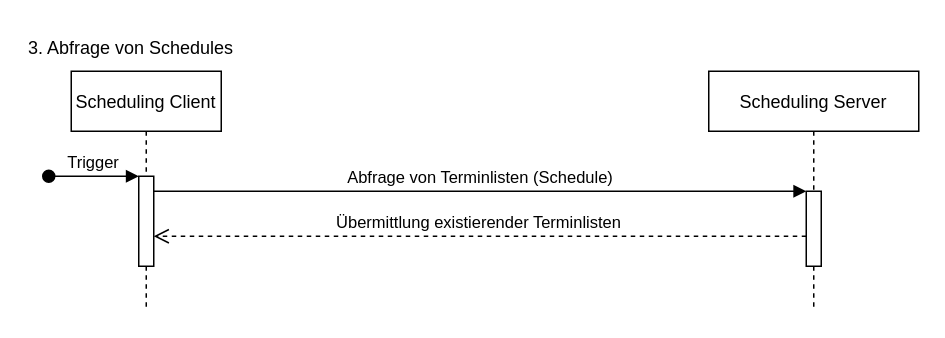
The draw.io diagram r5-TC-FHIR-AG-Scheduling-R5-main/interactions/find-schedules.drawio in HL7Austria/hl7austria.github.io, before the edit. Source tidied: cells renumbered, new cells numbered last; positions are measured from the earlier drawing's top-left corner, leaving out a move shared by most shapes. Both pictures are drawn from the tidied source at 150%, with x=0, y=0 at pixel (26, 26).
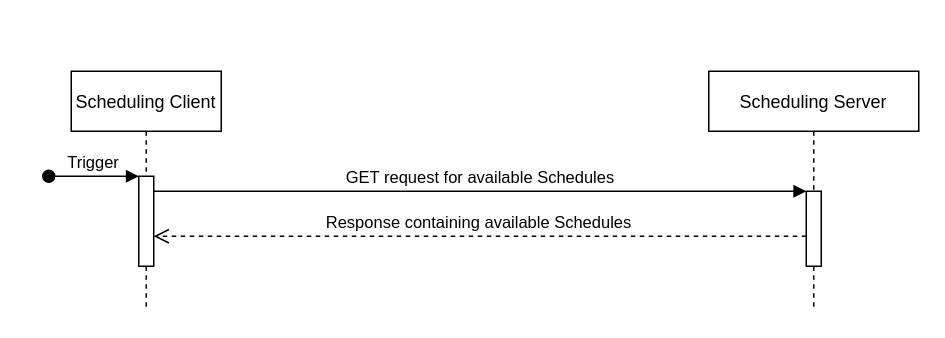
The same diagram, later.

Diff of the diagram source:
```diff
@@
 <mxGraphModel>
   <root>
     <mxCell id="0" />
     <mxCell id="1" parent="0" />
-    <mxCell id="2" value="3. Abfrage von Schedules" style="text;html=1;strokeColor=none;fillColor=none;align=center;verticalAlign=middle;whiteSpace=wrap;rounded=0;" parent="1" vertex="1">
-      <mxGeometry width="140" height="30" as="geometry" />
-    </mxCell>
     <mxCell id="3" value="Scheduling Client" style="shape=umlLifeline;perimeter=lifelinePerimeter;rounded=0;shadow=0;strokeWidth=1;" parent="1" vertex="1">
       <mxGeometry x="30" y="30" width="100" height="160" as="geometry" />
     </mxCell>
     <mxCell id="4" style="points=[];perimeter=orthogonalPerimeter;rounded=0;shadow=0;strokeWidth=1;" parent="3" vertex="1">
       <mxGeometry x="45" y="70" width="10" height="60" as="geometry" />
     </mxCell>
     <mxCell id="5" value="Trigger" style="verticalAlign=bottom;startArrow=oval;endArrow=block;startSize=8;shadow=0;strokeWidth=1;" parent="3" edge="1" target="4">
       <mxGeometry relative="1" as="geometry">
         <mxPoint x="-15" y="70" as="sourcePoint" />
       </mxGeometry>
     </mxCell>
     <mxCell id="6" value="Scheduling Server" style="shape=umlLifeline;perimeter=lifelinePerimeter;rounded=0;shadow=0;strokeWidth=1;" parent="1" vertex="1">
       <mxGeometry x="455" y="30" width="140" height="160" as="geometry" />
     </mxCell>
-    <mxCell id="7" value="Übermittlung existierender Terminlisten" style="verticalAlign=bottom;endArrow=open;dashed=1;endSize=8;exitX=0;exitY=0.95;shadow=0;strokeWidth=1;" parent="6" edge="1" target="4">
+    <mxCell id="7" value="Response containing available Schedules" style="verticalAlign=bottom;endArrow=open;dashed=1;endSize=8;exitX=0;exitY=0.95;shadow=0;strokeWidth=1;" parent="6" edge="1" target="4">
       <mxGeometry relative="1" as="geometry">
         <mxPoint x="65" y="110" as="sourcePoint" />
       </mxGeometry>
     </mxCell>
-    <mxCell id="8" value="Abfrage von Terminlisten (Schedule)" style="verticalAlign=bottom;endArrow=block;entryX=0;entryY=0;shadow=0;strokeWidth=1;" parent="1" edge="1" source="4" target="9">
+    <mxCell id="8" value="GET request for available Schedules" style="verticalAlign=bottom;endArrow=block;entryX=0;entryY=0;shadow=0;strokeWidth=1;" parent="1" edge="1" source="4" target="9">
       <mxGeometry relative="1" as="geometry" />
     </mxCell>
     <mxCell id="9" style="points=[];perimeter=orthogonalPerimeter;rounded=0;shadow=0;strokeWidth=1;" parent="1" vertex="1">
       <mxGeometry x="520" y="110" width="10" height="50" as="geometry" />
     </mxCell>
   </root>
 </mxGraphModel>
```
